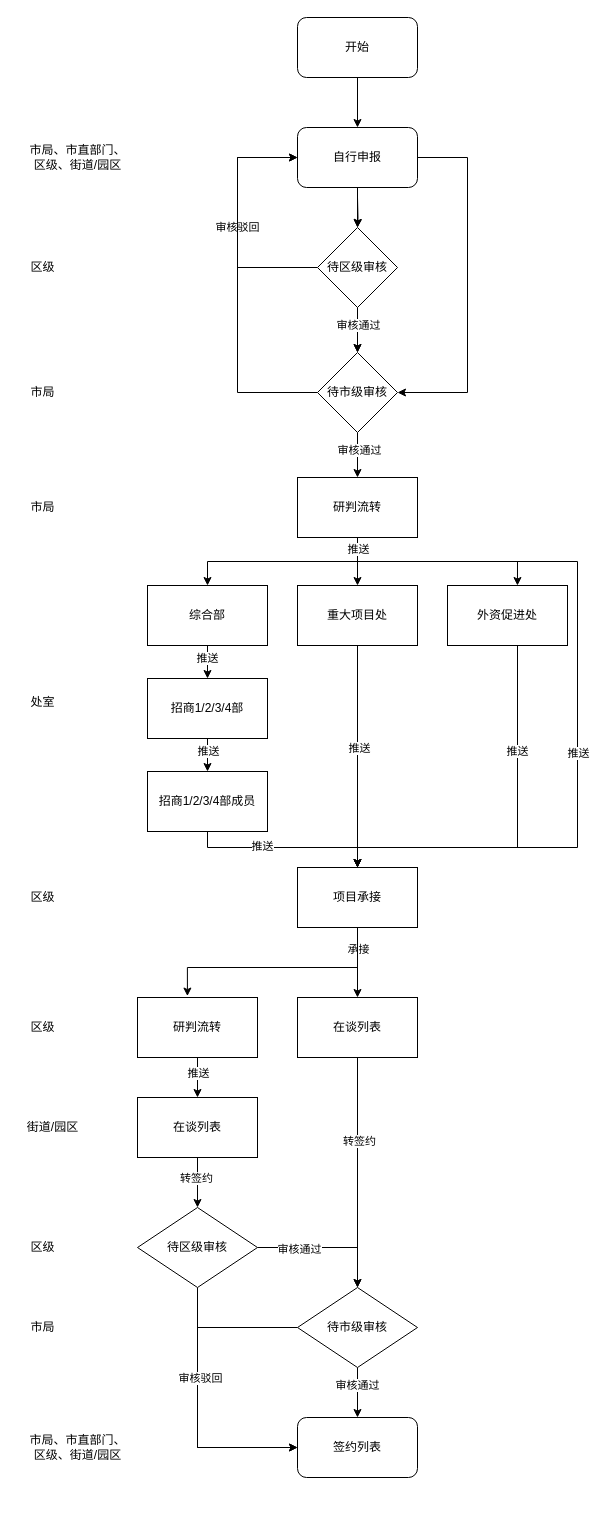
The draw.io diagram 未命名绘图.drawio in Zkun6/666, before the edit. Source tidied: cells renumbered, new cells numbered last; positions are measured from the earlier drawing's top-left corner, leaving out a move shared by most shapes. Both pictures are drawn from the tidied source at 100%, with x=0, y=0 at pixel (17, 17).
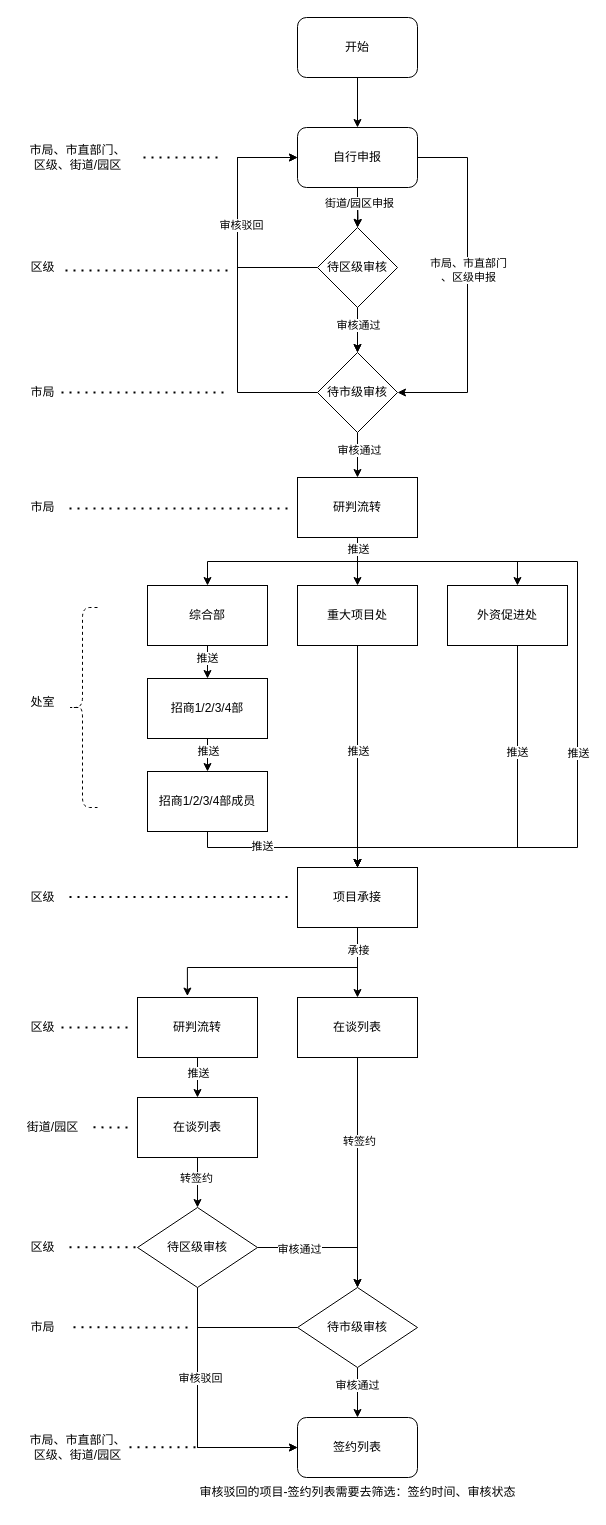
After the change.

Commit message:
更新未命名绘图.drawio

Unchanged cells that the change refers to:
```xml
<mxCell id="6" style="edgeStyle=orthogonalEdgeStyle;rounded=0;jettySize=auto;html=1;entryX=1;entryY=0.5;entryDx=0;entryDy=0;" parent="1" edge="1" source="7" target="16">
  <mxGeometry relative="1" as="geometry">
    <Array as="points">
      <mxPoint x="450" y="140" />
      <mxPoint x="450" y="375" />
    </Array>
  </mxGeometry>
</mxCell>
<mxCell id="11" style="edgeStyle=orthogonalEdgeStyle;rounded=0;jettySize=auto;html=1;exitX=0;exitY=0.5;exitDx=0;exitDy=0;entryX=0;entryY=0.5;entryDx=0;entryDy=0;" parent="1" edge="1" source="20" target="7">
  <mxGeometry relative="1" as="geometry">
    <Array as="points">
      <mxPoint x="220" y="250" />
      <mxPoint x="220" y="140" />
    </Array>
  </mxGeometry>
</mxCell>
<mxCell id="16" value="待市级审核" style="rhombus;whiteSpace=wrap;html=1;" parent="1" vertex="1">
  <mxGeometry x="300" y="335" width="80" height="80" as="geometry" />
</mxCell>
<mxCell id="17" value="区级" style="text;html=1;align=center;verticalAlign=middle;points=[];strokeColor=none;fillColor=none;" parent="1" vertex="1">
  <mxGeometry y="235" width="50" height="30" as="geometry" />
</mxCell>
<mxCell id="19" style="edgeStyle=orthogonalEdgeStyle;rounded=0;jettySize=auto;html=1;exitX=0.5;exitY=1;exitDx=0;exitDy=0;entryX=0.5;entryY=0;entryDx=0;entryDy=0;" parent="1" edge="1" source="7" target="20">
  <mxGeometry relative="1" as="geometry" />
</mxCell>
<mxCell id="30" style="edgeStyle=orthogonalEdgeStyle;rounded=0;jettySize=auto;html=1;entryX=0.5;entryY=0;entryDx=0;entryDy=0;" parent="1" edge="1" source="32" target="47">
  <mxGeometry relative="1" as="geometry" />
</mxCell>
<mxCell id="33" style="edgeStyle=orthogonalEdgeStyle;rounded=0;jettySize=auto;html=1;exitX=0.5;exitY=1;exitDx=0;exitDy=0;entryX=0.5;entryY=0;entryDx=0;entryDy=0;" parent="1" edge="1" target="47">
  <mxGeometry relative="1" as="geometry">
    <mxPoint x="500" y="620" as="sourcePoint" />
    <Array as="points">
      <mxPoint x="500" y="830" />
      <mxPoint x="340" y="830" />
    </Array>
  </mxGeometry>
</mxCell>
<mxCell id="45" style="edgeStyle=orthogonalEdgeStyle;rounded=0;jettySize=auto;html=1;" parent="1" edge="1" source="47" target="54">
  <mxGeometry relative="1" as="geometry" />
</mxCell>
<mxCell id="55" style="edgeStyle=orthogonalEdgeStyle;rounded=0;jettySize=auto;html=1;entryX=0.416;entryY=-0.024;entryDx=0;entryDy=0;entryPerimeter=0;" parent="1" edge="1" target="51">
  <mxGeometry relative="1" as="geometry">
    <mxPoint x="340" y="910" as="sourcePoint" />
    <Array as="points">
      <mxPoint x="340" y="950" />
      <mxPoint x="170" y="950" />
    </Array>
  </mxGeometry>
</mxCell>
```

What changed in the source:
```diff
@@
+    <mxCell id="74" value="市局、市直部门&lt;br&gt;、区级申报" style="edgeLabel;html=1;align=center;verticalAlign=middle;" parent="6" vertex="1">
+      <mxGeometry x="-0.09" relative="1" as="geometry" />
+    </mxCell>
@@
+    <mxCell id="13" style="edgeStyle=orthogonalEdgeStyle;rounded=0;jettySize=auto;html=1;exitX=0;exitY=0.5;exitDx=0;exitDy=0;" parent="1" edge="1" source="16">
+      <mxGeometry relative="1" as="geometry">
+        <mxPoint x="280" y="140" as="targetPoint" />
+        <Array as="points">
+          <mxPoint x="220" y="375" />
+          <mxPoint x="220" y="140" />
+        </Array>
+      </mxGeometry>
+    </mxCell>
-    <mxCell id="12" value="审核驳回" style="edgeLabel;html=1;align=center;verticalAlign=middle;" parent="11" vertex="1">
-      <mxGeometry x="0.18" y="1" relative="1" as="geometry">
-        <mxPoint y="27" as="offset" />
-      </mxGeometry>
+    <mxCell id="12" value="审核驳回" style="edgeLabel;html=1;align=center;verticalAlign=middle;" parent="13" vertex="1">
+      <mxGeometry x="0.32" y="-3" relative="1" as="geometry" />
     </mxCell>
-    <mxCell id="13" style="edgeStyle=orthogonalEdgeStyle;rounded=0;jettySize=auto;html=1;exitX=0;exitY=0.5;exitDx=0;exitDy=0;" parent="1" edge="1" source="16">
-      <mxGeometry relative="1" as="geometry">
-        <mxPoint x="280" y="140" as="targetPoint" />
-        <Array as="points">
-          <mxPoint x="220" y="375" />
-          <mxPoint x="220" y="140" />
-        </Array>
-      </mxGeometry>
-    </mxCell>
@@
+    <mxCell id="75" value="街道/园区申报" style="edgeLabel;html=1;align=center;verticalAlign=middle;" parent="19" vertex="1">
+      <mxGeometry x="-0.24" y="1" relative="1" as="geometry" />
+    </mxCell>
@@
     <mxCell id="31" value="推送" style="edgeLabel;html=1;align=center;verticalAlign=middle;" parent="30" vertex="1">
-      <mxGeometry x="-0.08" y="1" relative="1" as="geometry" />
+      <mxGeometry x="-0.08" y="1" relative="1" as="geometry">
+        <mxPoint x="-1" y="3" as="offset" />
+      </mxGeometry>
     </mxCell>
@@
     <mxCell id="34" value="推送" style="edgeLabel;html=1;align=center;verticalAlign=middle;" parent="33" vertex="1">
-      <mxGeometry x="-0.42" y="-1" relative="1" as="geometry" />
+      <mxGeometry x="-0.42" y="-1" relative="1" as="geometry">
+        <mxPoint y="1" as="offset" />
+      </mxGeometry>
     </mxCell>
@@
-    <mxCell id="46" value="承接" style="edgeLabel;html=1;align=center;verticalAlign=middle;" parent="45" vertex="1">
-      <mxGeometry x="-0.29" relative="1" as="geometry">
-        <mxPoint y="-4" as="offset" />
-      </mxGeometry>
-    </mxCell>
@@
+    <mxCell id="46" value="承接" style="edgeLabel;html=1;align=center;verticalAlign=middle;" parent="55" vertex="1">
+      <mxGeometry x="-0.85" relative="1" as="geometry">
+        <mxPoint y="4" as="offset" />
+      </mxGeometry>
+    </mxCell>
@@
+    <mxCell id="76" value="审核驳回的项目-签约列表需要去筛选：签约时间、审核状态" style="text;html=1;align=center;verticalAlign=middle;strokeColor=none;fillColor=none;" parent="1" vertex="1">
+      <mxGeometry x="170" y="1460" width="340" height="30" as="geometry" />
+    </mxCell>
+    <mxCell id="77" style="endArrow=none;dashed=1;html=1;dashPattern=1 3;strokeWidth=2;rounded=0;entryX=0.934;entryY=0.599;entryDx=0;entryDy=0;entryPerimeter=0;" parent="1" edge="1" target="17">
+      <mxGeometry relative="1" as="geometry">
+        <mxPoint x="210" y="253" as="sourcePoint" />
+      </mxGeometry>
+    </mxCell>
+    <mxCell id="78" style="endArrow=none;dashed=1;html=1;dashPattern=1 3;strokeWidth=2;rounded=0;" parent="1" edge="1">
+      <mxGeometry relative="1" as="geometry">
+        <mxPoint x="200" y="140" as="sourcePoint" />
+        <mxPoint x="120" y="140" as="targetPoint" />
+      </mxGeometry>
+    </mxCell>
+    <mxCell id="79" style="endArrow=none;dashed=1;html=1;dashPattern=1 3;strokeWidth=2;rounded=0;entryX=0.934;entryY=0.599;entryDx=0;entryDy=0;entryPerimeter=0;" parent="1" edge="1">
+      <mxGeometry relative="1" as="geometry">
+        <mxPoint x="206" y="375" as="sourcePoint" />
+        <mxPoint x="43" y="375" as="targetPoint" />
+      </mxGeometry>
+    </mxCell>
+    <mxCell id="80" style="endArrow=none;dashed=1;html=1;dashPattern=1 3;strokeWidth=2;rounded=0;entryX=0.934;entryY=0.599;entryDx=0;entryDy=0;entryPerimeter=0;" parent="1" edge="1">
+      <mxGeometry relative="1" as="geometry">
+        <mxPoint x="270" y="491" as="sourcePoint" />
+        <mxPoint x="50" y="491" as="targetPoint" />
+      </mxGeometry>
+    </mxCell>
+    <mxCell id="81" style="shape=curlyBracket;whiteSpace=wrap;html=1;rounded=1;labelPosition=left;verticalLabelPosition=middle;align=right;verticalAlign=middle;dashed=1;" parent="1" vertex="1">
+      <mxGeometry x="50" y="590" width="30" height="200" as="geometry" />
+    </mxCell>
+    <mxCell id="82" style="endArrow=none;dashed=1;html=1;dashPattern=1 3;strokeWidth=2;rounded=0;entryX=0.934;entryY=0.599;entryDx=0;entryDy=0;entryPerimeter=0;" parent="1" edge="1">
+      <mxGeometry relative="1" as="geometry">
+        <mxPoint x="270" y="879.5" as="sourcePoint" />
+        <mxPoint x="50" y="879.5" as="targetPoint" />
+      </mxGeometry>
+    </mxCell>
+    <mxCell id="83" style="endArrow=none;dashed=1;html=1;dashPattern=1 3;strokeWidth=2;rounded=0;" parent="1" edge="1">
+      <mxGeometry relative="1" as="geometry">
+        <mxPoint x="110" y="1010" as="sourcePoint" />
+        <mxPoint x="42" y="1010" as="targetPoint" />
+      </mxGeometry>
+    </mxCell>
+    <mxCell id="84" style="endArrow=none;dashed=1;html=1;dashPattern=1 3;strokeWidth=2;rounded=0;" parent="1" edge="1">
+      <mxGeometry relative="1" as="geometry">
+        <mxPoint x="110" y="1110" as="sourcePoint" />
+        <mxPoint x="70" y="1109.8" as="targetPoint" />
+      </mxGeometry>
+    </mxCell>
+    <mxCell id="85" style="endArrow=none;dashed=1;html=1;dashPattern=1 3;strokeWidth=2;rounded=0;" parent="1" edge="1">
+      <mxGeometry relative="1" as="geometry">
+        <mxPoint x="118" y="1229.8" as="sourcePoint" />
+        <mxPoint x="50" y="1229.8" as="targetPoint" />
+      </mxGeometry>
+    </mxCell>
+    <mxCell id="86" style="endArrow=none;dashed=1;html=1;dashPattern=1 3;strokeWidth=2;rounded=0;" parent="1" edge="1">
+      <mxGeometry relative="1" as="geometry">
+        <mxPoint x="170" y="1310" as="sourcePoint" />
+        <mxPoint x="52" y="1309.8" as="targetPoint" />
+      </mxGeometry>
+    </mxCell>
+    <mxCell id="87" style="endArrow=none;dashed=1;html=1;dashPattern=1 3;strokeWidth=2;rounded=0;" parent="1" edge="1">
+      <mxGeometry relative="1" as="geometry">
+        <mxPoint x="178" y="1429.8" as="sourcePoint" />
+        <mxPoint x="110" y="1429.8" as="targetPoint" />
+      </mxGeometry>
+    </mxCell>
```
